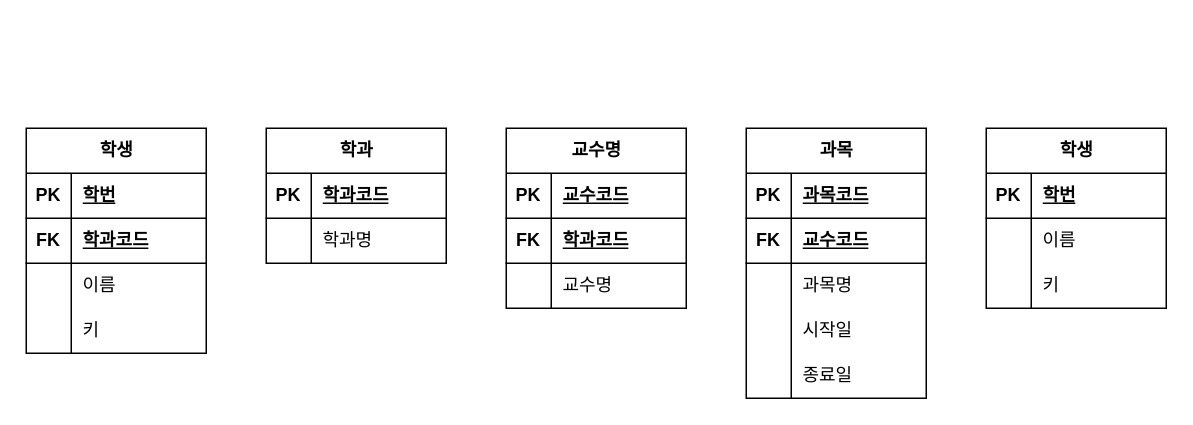
Earlier version of the draw.io diagram page "Page-4" (4 of 4) of erd/hanbit.drawio (juyongs-github/database). Source tidied: cells renumbered, new cells numbered last; positions are measured from the earlier drawing's top-left corner, leaving out a move shared by most shapes. Both pictures are drawn from the tidied source at 150%, with x=0, y=0 at pixel (26, 128).
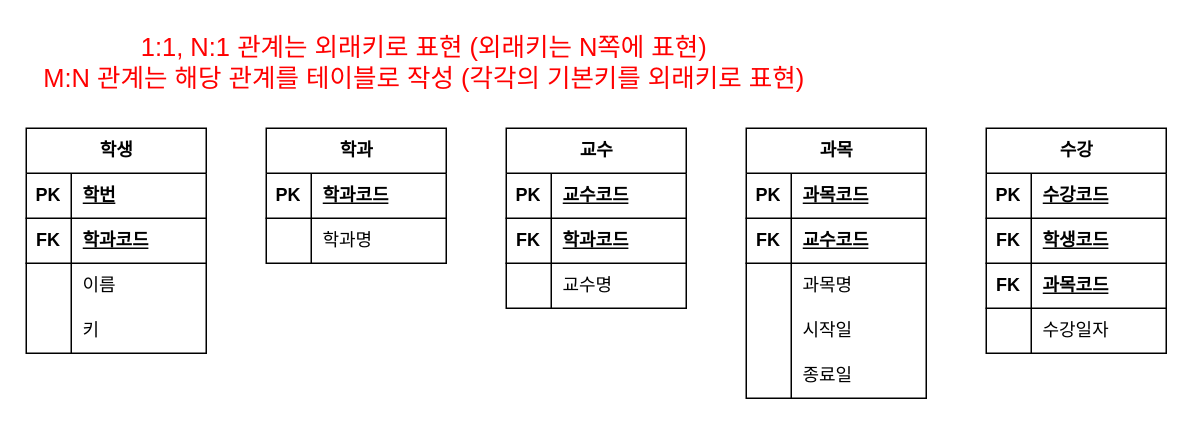
After the change.

The edit, as a diff of the source:
```diff
@@
-    <mxCell id="22" value="교수명" style="shape=table;startSize=30;childLayout=tableLayout;rowLines=0;fontStyle=1;align=center;html=1;" parent="1" vertex="1">
+    <mxCell id="22" value="교수" style="shape=table;startSize=30;childLayout=tableLayout;rowLines=0;fontStyle=1;align=center;html=1;" parent="1" vertex="1">
       <mxGeometry x="320" width="120" height="120" as="geometry" />
     </mxCell>
@@
-    <mxCell id="48" value="학생" style="shape=table;startSize=30;childLayout=tableLayout;rowLines=0;fontStyle=1;align=center;html=1;" parent="1" vertex="1">
-      <mxGeometry x="640" width="120" height="120" as="geometry" />
-    </mxCell>
+    <mxCell id="58" value="&lt;font style=&quot;color: rgb(255, 0, 0);&quot;&gt;1:1, N:1 관계는 외래키로 표현 (외래키는 N쪽에 표현)&lt;/font&gt;&lt;div&gt;&lt;font style=&quot;color: rgb(255, 0, 0);&quot;&gt;M:N 관계는 해당 관계를 테이블로 작성 (각각의 기본키를 외래키로 표현&lt;/font&gt;&lt;span style=&quot;background-color: transparent;&quot;&gt;)&lt;/span&gt;&lt;/div&gt;" style="text;html=1;align=center;verticalAlign=middle;strokeColor=none;fillColor=none;fontSize=17;fontColor=#FF0000;" parent="1" vertex="1">
+      <mxGeometry y="-68" width="530" height="50" as="geometry" />
+    </mxCell>
+    <mxCell id="59" value="수강" style="shape=table;startSize=30;childLayout=tableLayout;rowLines=0;fontStyle=1;align=center;html=1;" parent="1" vertex="1">
+      <mxGeometry x="640" width="120" height="150" as="geometry" />
+    </mxCell>
-    <mxCell id="49" style="shape=tableRow;horizontal=0;startSize=0;swimlaneHead=0;swimlaneBody=0;fillColor=none;top=0;left=0;right=0;bottom=1;" parent="48" vertex="1">
+    <mxCell id="49" style="shape=tableRow;horizontal=0;startSize=0;swimlaneHead=0;swimlaneBody=0;fillColor=none;top=0;left=0;right=0;bottom=1;" parent="59" vertex="1">
       <mxGeometry y="30" width="120" height="30" as="geometry" />
     </mxCell>
@@
-    <mxCell id="51" value="학번" style="shape=partialRectangle;fillColor=none;top=0;left=0;bottom=0;right=0;align=left;spacingLeft=6;fontStyle=5;overflow=hidden;whiteSpace=wrap;html=1;" parent="49" vertex="1">
-      <mxGeometry x="30" width="90" height="30" as="geometry" />
-    </mxCell>
-    <mxCell id="52" style="shape=tableRow;horizontal=0;startSize=0;swimlaneHead=0;swimlaneBody=0;fillColor=none;top=0;left=0;right=0;bottom=0;" parent="48" vertex="1">
-      <mxGeometry y="60" width="120" height="30" as="geometry" />
-    </mxCell>
-    <mxCell id="53" style="shape=partialRectangle;fillColor=none;top=0;left=0;bottom=0;right=0;overflow=hidden;whiteSpace=wrap;html=1;" parent="52" vertex="1">
-      <mxGeometry width="30" height="30" as="geometry" />
-    </mxCell>
-    <mxCell id="54" value="이름" style="shape=partialRectangle;fillColor=none;top=0;left=0;bottom=0;right=0;align=left;spacingLeft=6;overflow=hidden;whiteSpace=wrap;html=1;" parent="52" vertex="1">
-      <mxGeometry x="30" width="90" height="30" as="geometry" />
-    </mxCell>
-    <mxCell id="55" style="shape=tableRow;horizontal=0;startSize=0;swimlaneHead=0;swimlaneBody=0;fillColor=none;top=0;left=0;right=0;bottom=0;" parent="48" vertex="1">
-      <mxGeometry y="90" width="120" height="30" as="geometry" />
-    </mxCell>
-    <mxCell id="56" style="shape=partialRectangle;fillColor=none;top=0;left=0;bottom=0;right=0;overflow=hidden;whiteSpace=wrap;html=1;" parent="55" vertex="1">
-      <mxGeometry width="30" height="30" as="geometry" />
-    </mxCell>
-    <mxCell id="57" value="키" style="shape=partialRectangle;fillColor=none;top=0;left=0;bottom=0;right=0;align=left;spacingLeft=6;overflow=hidden;whiteSpace=wrap;html=1;" parent="55" vertex="1">
-      <mxGeometry x="30" width="90" height="30" as="geometry" />
-    </mxCell>
+    <mxCell id="60" value="수강코드" style="shape=partialRectangle;fillColor=none;top=0;left=0;bottom=0;right=0;align=left;spacingLeft=6;fontStyle=5;overflow=hidden;whiteSpace=wrap;html=1;" parent="49" vertex="1">
+      <mxGeometry x="30" width="90" height="30" as="geometry" />
+    </mxCell>
+    <mxCell id="61" style="shape=tableRow;horizontal=0;startSize=0;swimlaneHead=0;swimlaneBody=0;fillColor=none;top=0;left=0;right=0;bottom=1;" parent="59" vertex="1">
+      <mxGeometry y="60" width="120" height="30" as="geometry" />
+    </mxCell>
+    <mxCell id="62" value="FK" style="shape=partialRectangle;fillColor=none;top=0;left=0;bottom=0;right=0;fontStyle=1;overflow=hidden;whiteSpace=wrap;html=1;" parent="61" vertex="1">
+      <mxGeometry width="30" height="30" as="geometry" />
+    </mxCell>
+    <mxCell id="63" value="학생코드" style="shape=partialRectangle;fillColor=none;top=0;left=0;bottom=0;right=0;align=left;spacingLeft=6;fontStyle=5;overflow=hidden;whiteSpace=wrap;html=1;" parent="61" vertex="1">
+      <mxGeometry x="30" width="90" height="30" as="geometry" />
+    </mxCell>
+    <mxCell id="64" style="shape=tableRow;horizontal=0;startSize=0;swimlaneHead=0;swimlaneBody=0;fillColor=none;top=0;left=0;right=0;bottom=1;" parent="59" vertex="1">
+      <mxGeometry y="90" width="120" height="30" as="geometry" />
+    </mxCell>
+    <mxCell id="65" value="FK" style="shape=partialRectangle;fillColor=none;top=0;left=0;bottom=0;right=0;fontStyle=1;overflow=hidden;whiteSpace=wrap;html=1;" parent="64" vertex="1">
+      <mxGeometry width="30" height="30" as="geometry" />
+    </mxCell>
+    <mxCell id="66" value="과목코드" style="shape=partialRectangle;fillColor=none;top=0;left=0;bottom=0;right=0;align=left;spacingLeft=6;fontStyle=5;overflow=hidden;whiteSpace=wrap;html=1;" parent="64" vertex="1">
+      <mxGeometry x="30" width="90" height="30" as="geometry" />
+    </mxCell>
+    <mxCell id="67" style="shape=tableRow;horizontal=0;startSize=0;swimlaneHead=0;swimlaneBody=0;fillColor=none;top=0;left=0;right=0;bottom=0;" parent="59" vertex="1">
+      <mxGeometry y="120" width="120" height="30" as="geometry" />
+    </mxCell>
+    <mxCell id="68" style="shape=partialRectangle;fillColor=none;top=0;left=0;bottom=0;right=0;overflow=hidden;whiteSpace=wrap;html=1;" parent="67" vertex="1">
+      <mxGeometry width="30" height="30" as="geometry" />
+    </mxCell>
+    <mxCell id="69" value="수강일자" style="shape=partialRectangle;fillColor=none;top=0;left=0;bottom=0;right=0;align=left;spacingLeft=6;overflow=hidden;whiteSpace=wrap;html=1;" parent="67" vertex="1">
+      <mxGeometry x="30" width="90" height="30" as="geometry" />
+    </mxCell>
```
